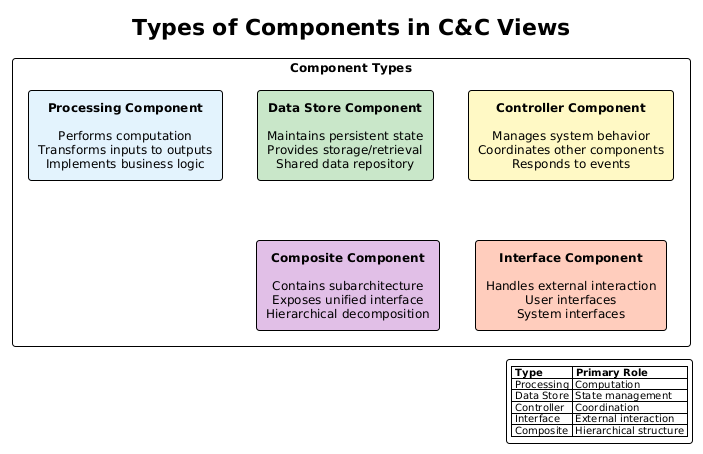
This is src/architecture/views-and-beyond/style-catalogs/component-and-connector/component-and-connector-views/png/02-component-types.png from Notoriousjayy/latex-docs, a PlantUML export, as it was before one commit.
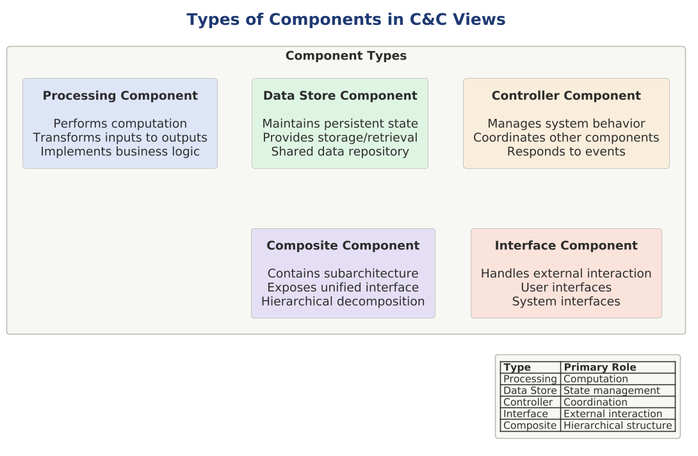
Later version of the same file.

What changed in the source:
```diff
@@ -1,25 +1,28 @@
 @startuml 02-component-types
+
+skinparam dpi 150
+
+
+
 !include ../../../../../../tooling/styles/plantuml/structural/component-diagram-style.iuml
-
-!theme plain
 
 title Types of Components in C&C Views
 
 rectangle "Component Types" as main {
 
-    rectangle "**Processing Component**\n\nPerforms computation\nTransforms inputs to outputs\nImplements business logic" as proc #E3F2FD {
+    rectangle "**Processing Component**\n\nPerforms computation\nTransforms inputs to outputs\nImplements business logic" as proc $fill_primary {
     }
 
-    rectangle "**Data Store Component**\n\nMaintains persistent state\nProvides storage/retrieval\nShared data repository" as data #C8E6C9 {
+    rectangle "**Data Store Component**\n\nMaintains persistent state\nProvides storage/retrieval\nShared data repository" as data $fill_ok {
     }
 
-    rectangle "**Controller Component**\n\nManages system behavior\nCoordinates other components\nResponds to events" as ctrl #FFF9C4 {
+    rectangle "**Controller Component**\n\nManages system behavior\nCoordinates other components\nResponds to events" as ctrl $fill_caution {
     }
 
-    rectangle "**Interface Component**\n\nHandles external interaction\nUser interfaces\nSystem interfaces" as intf #FFCCBC {
+    rectangle "**Interface Component**\n\nHandles external interaction\nUser interfaces\nSystem interfaces" as intf $fill_invalid {
     }
 
-    rectangle "**Composite Component**\n\nContains subarchitecture\nExposes unified interface\nHierarchical decomposition" as comp #E1BEE7 {
+    rectangle "**Composite Component**\n\nContains subarchitecture\nExposes unified interface\nHierarchical decomposition" as comp $fill_alt {
     }
 }
 
```
